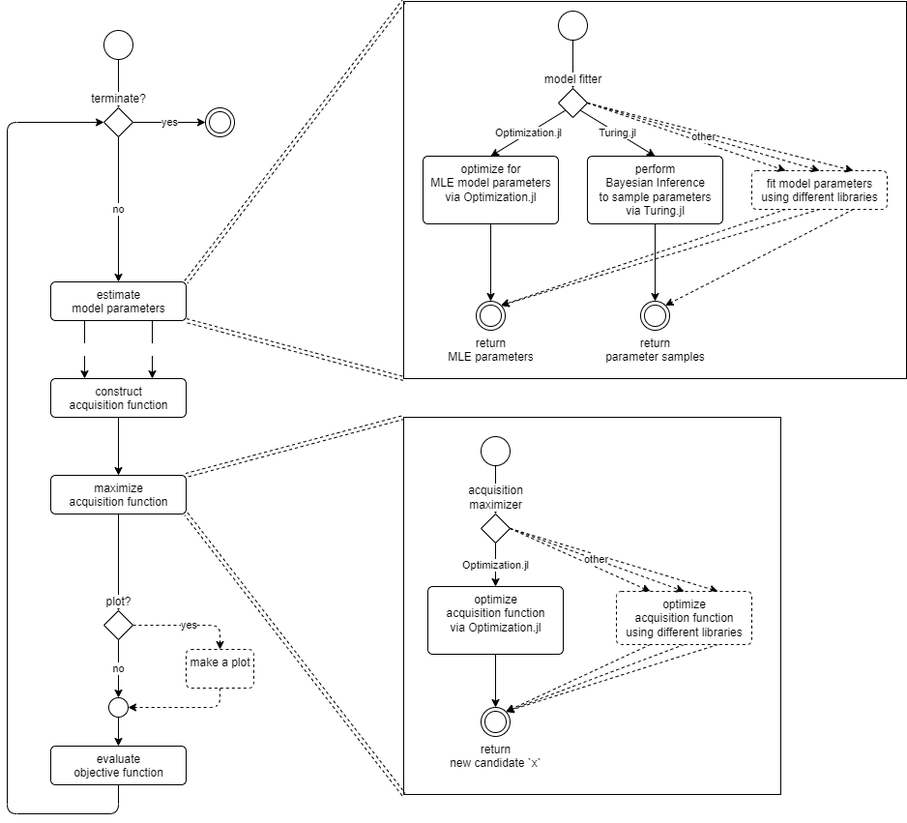
Earlier version of the draw.io export diagram/boss_pipeline.drawio.png (soldasim/BOSS.jl). Source tidied: cells renumbered, new cells last; positions are measured from the earlier drawing's top-left corner, leaving out a move shared by most shapes.
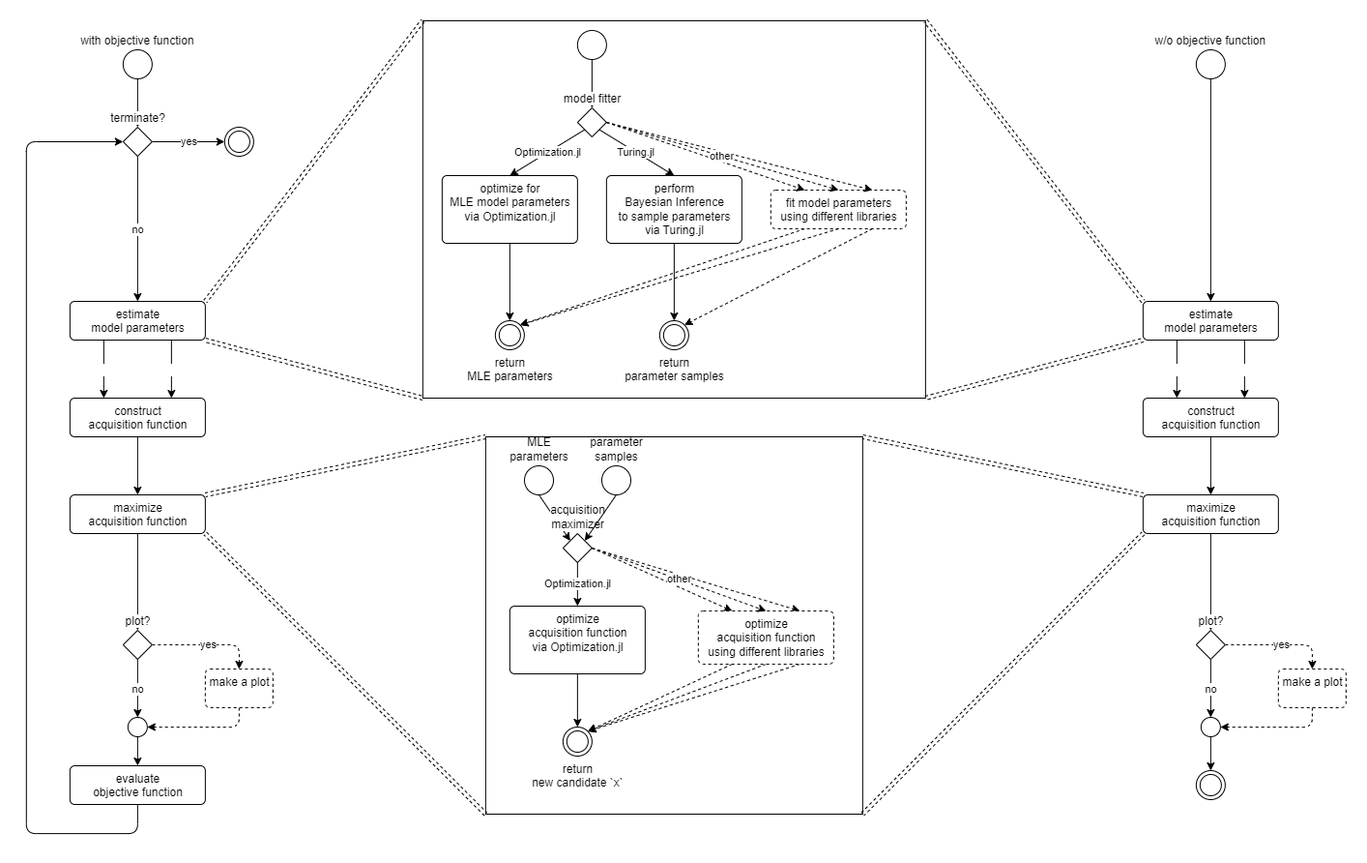
After the commit.

What changed in the source:
```diff
@@ -1,20 +1,20 @@
-<mxGraphModel>
+<mxGraphModel background="#ffffff">
   <root>
     <mxCell id="0" />
     <mxCell id="1" parent="0" />
+    <mxCell id="3" style="rounded=0;whiteSpace=wrap;html=1;labelBackgroundColor=default;fillColor=none;" parent="1" vertex="1">
+      <mxGeometry x="475" y="430" width="390" height="390" as="geometry" />
+    </mxCell>
     <mxCell id="2" style="rounded=0;whiteSpace=wrap;html=1;labelBackgroundColor=default;fillColor=none;" parent="1" vertex="1">
       <mxGeometry x="410" width="520" height="390" as="geometry" />
     </mxCell>
-    <mxCell id="3" style="rounded=0;whiteSpace=wrap;html=1;labelBackgroundColor=default;fillColor=none;" parent="1" vertex="1">
-      <mxGeometry x="410" y="430" width="390" height="390" as="geometry" />
-    </mxCell>
     <mxCell id="4" style="edgeStyle=orthogonalEdgeStyle;html=1;exitX=0.5;exitY=1;exitDx=0;exitDy=0;entryX=0.5;entryY=0;entryDx=0;entryDy=0;" parent="1" edge="1" source="41" target="42">
       <mxGeometry relative="1" as="geometry" />
     </mxCell>
     <mxCell id="5" style="edgeStyle=none;html=1;exitX=0.5;exitY=1;exitDx=0;exitDy=0;entryX=0.5;entryY=0;entryDx=0;entryDy=0;" parent="1" edge="1" source="6" target="27">
       <mxGeometry relative="1" as="geometry" />
     </mxCell>
-    <mxCell id="6" style="ellipse;" parent="1" vertex="1">
+    <mxCell id="6" value="with objective function" style="ellipse;labelPosition=center;verticalLabelPosition=top;align=center;verticalAlign=bottom;" parent="1" vertex="1">
       <mxGeometry x="100" y="30" width="30" height="30" as="geometry" />
     </mxCell>
     <mxCell id="7" style="edgeStyle=none;shape=link;html=1;exitX=1;exitY=0;exitDx=0;exitDy=0;entryX=0;entryY=0;entryDx=0;entryDy=0;dashed=1;fontColor=#FFFFFF;" parent="1" edge="1" source="11" target="2">
@@ -89,11 +89,11 @@
     <mxCell id="28" style="ellipse;html=1;shape=endState;labelBackgroundColor=default;labelPosition=center;verticalLabelPosition=bottom;align=center;verticalAlign=top;" parent="1" vertex="1">
       <mxGeometry x="205" y="110" width="30" height="30" as="geometry" />
     </mxCell>
-    <mxCell id="29" style="edgeStyle=orthogonalEdgeStyle;html=1;exitX=0.5;exitY=1;exitDx=0;exitDy=0;entryX=0.5;entryY=0;entryDx=0;entryDy=0;" parent="1" edge="1" source="30" target="33">
+    <mxCell id="29" style="edgeStyle=none;html=1;exitX=0.5;exitY=1;exitDx=0;exitDy=0;entryX=0;entryY=0;entryDx=0;entryDy=0;" parent="1" edge="1" source="30" target="33">
       <mxGeometry relative="1" as="geometry" />
     </mxCell>
-    <mxCell id="30" style="ellipse;html=1;" parent="1" vertex="1">
-      <mxGeometry x="490" y="450" width="30" height="30" as="geometry" />
+    <mxCell id="30" value="MLE&lt;br&gt;parameters" style="ellipse;html=1;labelPosition=center;verticalLabelPosition=top;align=center;verticalAlign=bottom;" parent="1" vertex="1">
+      <mxGeometry x="515.1" y="460" width="30" height="30" as="geometry" />
     </mxCell>
     <mxCell id="31" style="edgeStyle=none;html=1;exitX=1;exitY=0.5;exitDx=0;exitDy=0;entryX=0.25;entryY=0;entryDx=0;entryDy=0;dashed=1;fontColor=#000000;" parent="1" edge="1" source="33" target="39">
       <mxGeometry relative="1" as="geometry" />
@@ -102,13 +102,13 @@
       <mxGeometry relative="1" as="geometry" />
     </mxCell>
     <mxCell id="33" value="acquisition&lt;br&gt;maximizer" style="rhombus;html=1;labelPosition=center;verticalLabelPosition=top;align=center;verticalAlign=bottom;labelBackgroundColor=default;" parent="1" vertex="1">
-      <mxGeometry x="490" y="530" width="30" height="30" as="geometry" />
+      <mxGeometry x="555" y="530" width="30" height="30" as="geometry" />
     </mxCell>
     <mxCell id="34" style="edgeStyle=none;html=1;exitX=0.5;exitY=1;exitDx=0;exitDy=0;entryX=0.5;entryY=0;entryDx=0;entryDy=0;" parent="1" edge="1" source="35" target="40">
       <mxGeometry relative="1" as="geometry" />
     </mxCell>
     <mxCell id="35" value="optimize&lt;br&gt;acquisition function&lt;br&gt;via Optimization.jl" style="html=1;align=center;verticalAlign=top;rounded=1;absoluteArcSize=1;arcSize=10;dashed=0;" parent="1" vertex="1">
-      <mxGeometry x="435" y="605" width="140" height="70" as="geometry" />
+      <mxGeometry x="500" y="605" width="140" height="70" as="geometry" />
     </mxCell>
     <mxCell id="36" style="edgeStyle=none;html=1;exitX=0.5;exitY=1;exitDx=0;exitDy=0;entryX=1;entryY=0;entryDx=0;entryDy=0;dashed=1;" parent="1" edge="1" source="39" target="40">
       <mxGeometry relative="1" as="geometry" />
@@ -120,10 +120,10 @@
       <mxGeometry relative="1" as="geometry" />
     </mxCell>
     <mxCell id="39" value="optimize&lt;br&gt;acquisition function&lt;br&gt;using different libraries" style="html=1;align=center;verticalAlign=top;rounded=1;absoluteArcSize=1;arcSize=10;dashed=1;" parent="1" vertex="1">
-      <mxGeometry x="630" y="610" width="140" height="55" as="geometry" />
+      <mxGeometry x="695" y="610" width="140" height="55" as="geometry" />
     </mxCell>
     <mxCell id="40" value="return&lt;br&gt;new candidate `x`" style="ellipse;html=1;shape=endState;labelPosition=center;verticalLabelPosition=bottom;align=center;verticalAlign=top;labelBackgroundColor=default;" parent="1" vertex="1">
-      <mxGeometry x="490" y="730" width="30" height="30" as="geometry" />
+      <mxGeometry x="555" y="730" width="30" height="30" as="geometry" />
     </mxCell>
     <mxCell id="41" style="ellipse;html=1;" parent="1" vertex="1">
       <mxGeometry x="570" y="10" width="30" height="30" as="geometry" />
@@ -188,5 +188,74 @@
     <mxCell id="61" value="Optimization.jl" style="html=1;exitX=0.5;exitY=1;exitDx=0;exitDy=0;entryX=0.5;entryY=0;entryDx=0;entryDy=0;" parent="1" edge="1" source="33" target="35">
       <mxGeometry relative="1" as="geometry" />
     </mxCell>
+    <mxCell id="62" style="edgeStyle=none;html=1;exitX=0.5;exitY=1;exitDx=0;exitDy=0;entryX=0.5;entryY=0;entryDx=0;entryDy=0;" parent="1" edge="1" source="63" target="68">
+      <mxGeometry relative="1" as="geometry" />
+    </mxCell>
+    <mxCell id="63" value="w/o objective function" style="ellipse;labelPosition=center;verticalLabelPosition=top;align=center;verticalAlign=bottom;" parent="1" vertex="1">
+      <mxGeometry x="1210" y="30" width="30" height="30" as="geometry" />
+    </mxCell>
+    <mxCell id="64" value="MLE" style="edgeStyle=none;html=1;exitX=0.25;exitY=1;exitDx=0;exitDy=0;entryX=0.25;entryY=0;entryDx=0;entryDy=0;fontColor=#FFFFFF;" parent="1" edge="1" source="68" target="81">
+      <mxGeometry relative="1" as="geometry" />
+    </mxCell>
+    <mxCell id="65" value="BI" style="edgeStyle=none;html=1;exitX=0.75;exitY=1;exitDx=0;exitDy=0;entryX=0.75;entryY=0;entryDx=0;entryDy=0;fontColor=#FFFFFF;" parent="1" edge="1" source="68" target="81">
+      <mxGeometry relative="1" as="geometry" />
+    </mxCell>
+    <mxCell id="66" style="edgeStyle=none;html=1;exitX=0;exitY=1;exitDx=0;exitDy=0;entryX=1;entryY=1;entryDx=0;entryDy=0;shape=link;dashed=1;" parent="1" edge="1" source="68" target="2">
+      <mxGeometry relative="1" as="geometry" />
+    </mxCell>
+    <mxCell id="67" style="edgeStyle=none;shape=link;html=1;exitX=0;exitY=0;exitDx=0;exitDy=0;entryX=1;entryY=0;entryDx=0;entryDy=0;dashed=1;" parent="1" edge="1" source="68" target="2">
+      <mxGeometry relative="1" as="geometry" />
+    </mxCell>
+    <mxCell id="68" value="estimate&lt;br&gt;model parameters" style="html=1;align=center;verticalAlign=top;rounded=1;absoluteArcSize=1;arcSize=10;dashed=0;" parent="1" vertex="1">
+      <mxGeometry x="1155" y="290" width="140" height="40" as="geometry" />
+    </mxCell>
+    <mxCell id="69" style="edgeStyle=none;html=1;exitX=0.5;exitY=1;exitDx=0;exitDy=0;entryX=0.5;entryY=0;entryDx=0;entryDy=0;" parent="1" edge="1" source="72" target="75">
+      <mxGeometry relative="1" as="geometry" />
+    </mxCell>
+    <mxCell id="70" style="edgeStyle=none;shape=link;html=1;exitX=0;exitY=0;exitDx=0;exitDy=0;entryX=1;entryY=0;entryDx=0;entryDy=0;dashed=1;" parent="1" edge="1" source="72" target="3">
+      <mxGeometry relative="1" as="geometry" />
+    </mxCell>
+    <mxCell id="71" style="edgeStyle=none;shape=link;html=1;exitX=0;exitY=1;exitDx=0;exitDy=0;entryX=1;entryY=1;entryDx=0;entryDy=0;dashed=1;" parent="1" edge="1" source="72" target="3">
+      <mxGeometry relative="1" as="geometry" />
+    </mxCell>
+    <mxCell id="72" value="maximize&lt;br&gt;acquisition function" style="html=1;align=center;verticalAlign=top;rounded=1;absoluteArcSize=1;arcSize=10;dashed=0;" parent="1" vertex="1">
+      <mxGeometry x="1155" y="490" width="140" height="40" as="geometry" />
+    </mxCell>
+    <mxCell id="73" value="no" style="edgeStyle=orthogonalEdgeStyle;html=1;exitX=0.5;exitY=1;exitDx=0;exitDy=0;entryX=0.5;entryY=0;entryDx=0;entryDy=0;" parent="1" edge="1" source="75" target="79">
+      <mxGeometry relative="1" as="geometry" />
+    </mxCell>
+    <mxCell id="74" value="yes" style="edgeStyle=orthogonalEdgeStyle;html=1;exitX=1;exitY=0.5;exitDx=0;exitDy=0;entryX=0.5;entryY=0;entryDx=0;entryDy=0;dashed=1;" parent="1" edge="1" source="75" target="77">
+      <mxGeometry relative="1" as="geometry" />
+    </mxCell>
+    <mxCell id="75" value="plot?" style="rhombus;html=1;labelPosition=center;verticalLabelPosition=top;align=center;verticalAlign=bottom;labelBackgroundColor=default;" parent="1" vertex="1">
+      <mxGeometry x="1210" y="630" width="30" height="30" as="geometry" />
+    </mxCell>
+    <mxCell id="76" style="edgeStyle=orthogonalEdgeStyle;html=1;exitX=0.5;exitY=1;exitDx=0;exitDy=0;entryX=1;entryY=0.5;entryDx=0;entryDy=0;dashed=1;" parent="1" edge="1" source="77" target="79">
+      <mxGeometry relative="1" as="geometry" />
+    </mxCell>
+    <mxCell id="77" value="make a plot" style="html=1;align=center;verticalAlign=top;rounded=1;absoluteArcSize=1;arcSize=10;dashed=1;" parent="1" vertex="1">
+      <mxGeometry x="1295" y="670" width="70" height="40" as="geometry" />
+    </mxCell>
+    <mxCell id="78" style="edgeStyle=none;html=1;exitX=0.5;exitY=1;exitDx=0;exitDy=0;entryX=0.5;entryY=0;entryDx=0;entryDy=0;" parent="1" edge="1" source="79" target="82">
+      <mxGeometry relative="1" as="geometry" />
+    </mxCell>
+    <mxCell id="79" style="ellipse;html=1;" parent="1" vertex="1">
+      <mxGeometry x="1215" y="720" width="20" height="20" as="geometry" />
+    </mxCell>
+    <mxCell id="80" style="edgeStyle=none;html=1;exitX=0.5;exitY=1;exitDx=0;exitDy=0;entryX=0.5;entryY=0;entryDx=0;entryDy=0;fontColor=#FFFFFF;" parent="1" edge="1" source="81" target="72">
+      <mxGeometry relative="1" as="geometry" />
+    </mxCell>
+    <mxCell id="81" value="construct&lt;br&gt;acquisition function" style="html=1;align=center;verticalAlign=top;rounded=1;absoluteArcSize=1;arcSize=10;dashed=0;" parent="1" vertex="1">
+      <mxGeometry x="1155" y="390" width="140" height="40" as="geometry" />
+    </mxCell>
+    <mxCell id="82" style="ellipse;html=1;shape=endState;" parent="1" vertex="1">
+      <mxGeometry x="1210" y="775" width="30" height="30" as="geometry" />
+    </mxCell>
+    <mxCell id="83" style="edgeStyle=none;html=1;exitX=0.5;exitY=1;exitDx=0;exitDy=0;entryX=1;entryY=0;entryDx=0;entryDy=0;" parent="1" edge="1" source="84" target="33">
+      <mxGeometry relative="1" as="geometry" />
+    </mxCell>
+    <mxCell id="84" value="parameter&lt;br&gt;samples" style="ellipse;html=1;labelPosition=center;verticalLabelPosition=top;align=center;verticalAlign=bottom;" parent="1" vertex="1">
+      <mxGeometry x="595.1" y="460" width="30" height="30" as="geometry" />
+    </mxCell>
   </root>
 </mxGraphModel>
```
